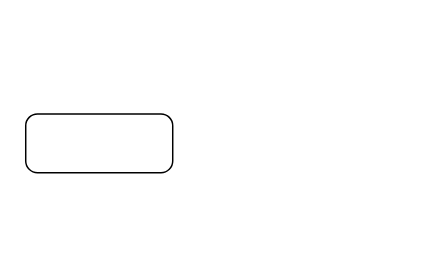
YeomanYe/drawio-graph keeps this draw.io diagram as flowchart/webcontainer.drawio. Above is the earlier version. Source tidied: cells renumbered, new cells numbered last; positions are measured from the earlier drawing's top-left corner, leaving out a move shared by most shapes. Both pictures are drawn from the tidied source at 147%, with x=0, y=0 at pixel (25, 113).
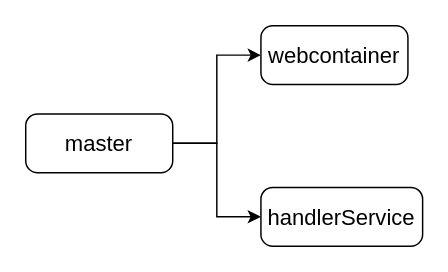
After the change.

What changed in the source:
```diff
@@
 <mxGraphModel>
   <root>
     <mxCell id="0" />
     <mxCell id="1" parent="0" />
+    <mxCell id="3" style="edgeStyle=orthogonalEdgeStyle;rounded=0;jettySize=auto;html=1;exitX=1;exitY=0.5;exitDx=0;exitDy=0;entryX=0;entryY=0.5;entryDx=0;entryDy=0;" parent="1" edge="1" source="2" target="5">
+      <mxGeometry relative="1" as="geometry" />
+    </mxCell>
+    <mxCell id="4" style="edgeStyle=orthogonalEdgeStyle;rounded=0;jettySize=auto;html=1;exitX=1;exitY=0.5;exitDx=0;exitDy=0;entryX=0;entryY=0.5;entryDx=0;entryDy=0;" parent="1" edge="1" source="2" target="6">
+      <mxGeometry relative="1" as="geometry" />
+    </mxCell>
-    <mxCell id="2" style="rounded=1;whiteSpace=wrap;html=1;arcSize=20;" parent="1" vertex="1">
+    <mxCell id="2" value="master" style="rounded=1;whiteSpace=wrap;html=1;arcSize=20;fontSize=15;" parent="1" vertex="1">
       <mxGeometry width="100" height="40" as="geometry" />
     </mxCell>
+    <mxCell id="5" value="webcontainer" style="rounded=1;whiteSpace=wrap;html=1;arcSize=20;fontSize=15;" parent="1" vertex="1">
+      <mxGeometry x="160" y="-60" width="100" height="40" as="geometry" />
+    </mxCell>
+    <mxCell id="6" value="handlerService" style="rounded=1;whiteSpace=wrap;html=1;arcSize=20;fontSize=15;" parent="1" vertex="1">
+      <mxGeometry x="160" y="50" width="110" height="40" as="geometry" />
+    </mxCell>
   </root>
 </mxGraphModel>
```
